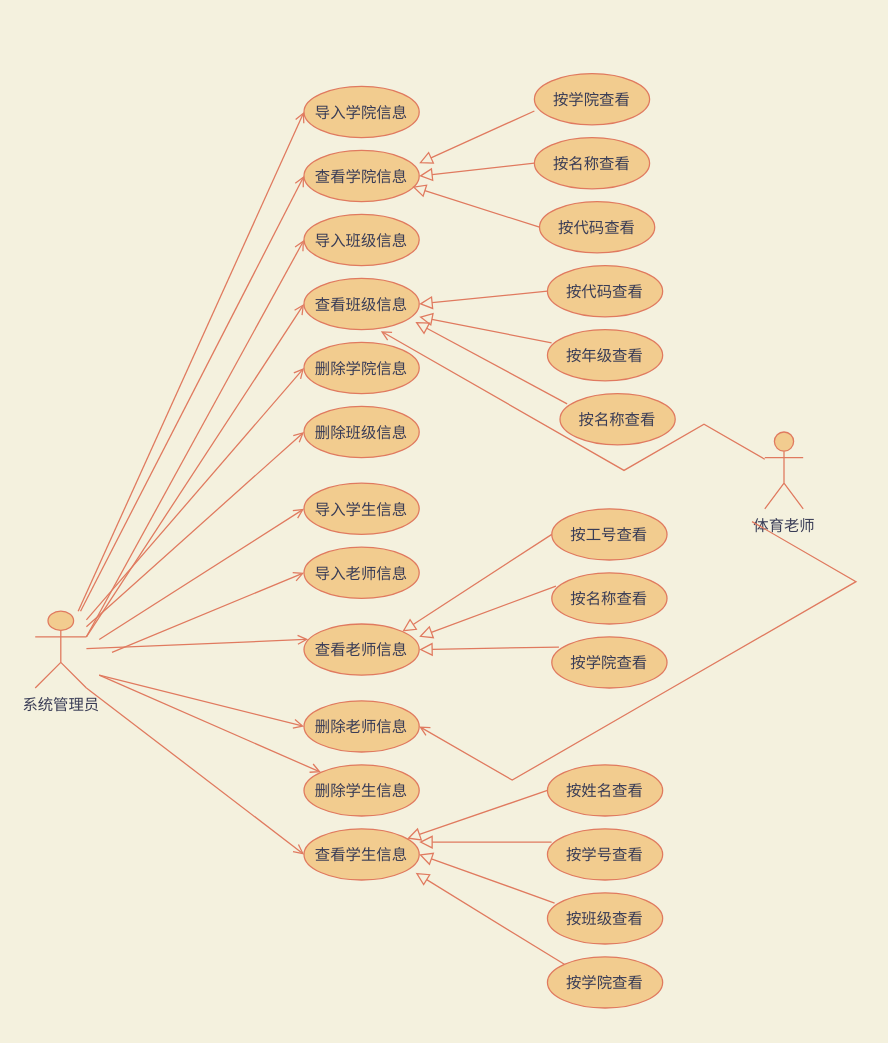
The draw.io diagram docs/imgs/用例图/基础数据用例图.drawio in rufeng-h/healthman, before the edit. Source tidied: cells renumbered, new cells numbered last; positions are measured from the earlier drawing's top-left corner, leaving out a move shared by most shapes. Both pictures are drawn from the tidied source at 128%, with x=0, y=0 at pixel (35, 73).
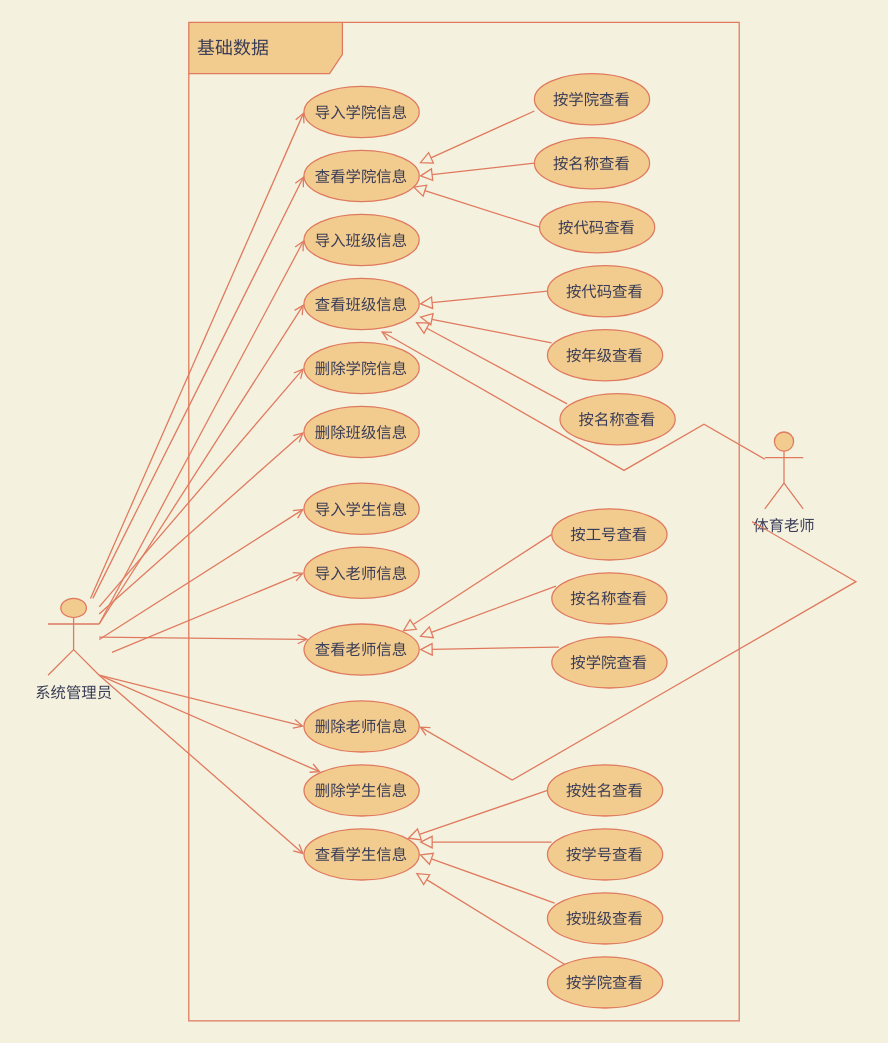
Above is the later version.

Diff of the diagram source:
```diff
@@
     <mxCell id="2" value="系统管理员" style="shape=umlActor;verticalLabelPosition=bottom;verticalAlign=top;html=1;outlineConnect=0;fillColor=#F2CC8F;strokeColor=#E07A5F;fontColor=#393C56;" parent="1" vertex="1">
-      <mxGeometry y="420" width="40" height="60" as="geometry" />
+      <mxGeometry x="10" y="410" width="40" height="60" as="geometry" />
     </mxCell>
@@
+    <mxCell id="56" value="&lt;font style=&quot;font-size: 14px&quot;&gt;基础数据&lt;/font&gt;" style="shape=umlFrame;whiteSpace=wrap;html=1;width=120;height=40;boundedLbl=1;verticalAlign=middle;align=left;spacingLeft=5;rounded=0;sketch=0;fontColor=#393C56;strokeColor=#E07A5F;fillColor=#F2CC8F;" parent="1" vertex="1">
+      <mxGeometry x="120" y="-40" width="430" height="780" as="geometry" />
+    </mxCell>
```
